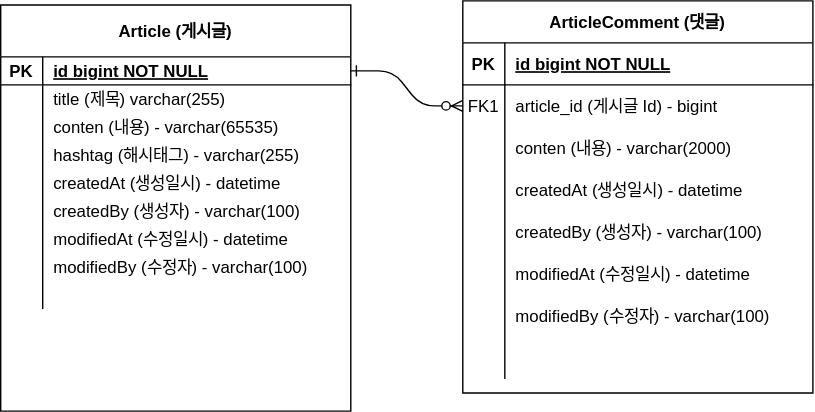
Earlier version of the draw.io export document/project-board-erd.drawio.svg (nomoreFt/java-spring-practice). Source tidied: cells renumbered, new cells last; positions are measured from the earlier drawing's top-left corner, leaving out a move shared by most shapes.
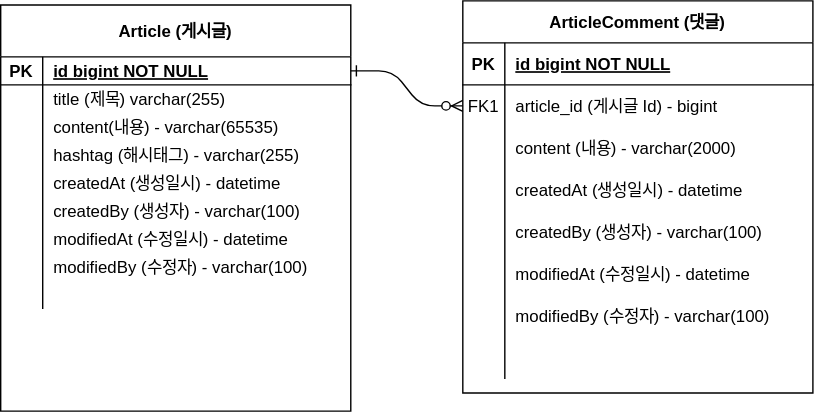
After the commit.

What changed in the source:
```diff
@@ -32,7 +32,7 @@
     <mxCell id="11" style="shape=partialRectangle;overflow=hidden;fillColor=none;top=0;left=0;bottom=0;right=0;" parent="10" vertex="1">
       <mxGeometry width="30" height="30" as="geometry" />
     </mxCell>
-    <mxCell id="12" value="conten (내용) - varchar(2000)" style="shape=partialRectangle;overflow=hidden;fillColor=none;top=0;left=0;bottom=0;right=0;align=left;spacingLeft=6;" parent="10" vertex="1">
+    <mxCell id="12" value="content (내용) - varchar(2000)" style="shape=partialRectangle;overflow=hidden;fillColor=none;top=0;left=0;bottom=0;right=0;align=left;spacingLeft=6;" parent="10" vertex="1">
       <mxGeometry x="30" width="220" height="30" as="geometry" />
     </mxCell>
     <mxCell id="13" style="shape=partialRectangle;fillColor=none;top=0;left=0;right=0;bottom=0;" parent="3" vertex="1">
@@ -107,7 +107,7 @@
     <mxCell id="36" value="    " style="shape=partialRectangle;overflow=hidden;fillColor=none;top=0;left=0;bottom=0;right=0;" parent="35" vertex="1">
       <mxGeometry width="30" height="20" as="geometry" />
     </mxCell>
-    <mxCell id="37" value="conten (내용) - varchar(65535)" style="shape=partialRectangle;overflow=hidden;fillColor=none;top=0;left=0;bottom=0;right=0;align=left;spacingLeft=6;" parent="35" vertex="1">
+    <mxCell id="37" value="content(내용) - varchar(65535)" style="shape=partialRectangle;overflow=hidden;fillColor=none;top=0;left=0;bottom=0;right=0;align=left;spacingLeft=6;" parent="35" vertex="1">
       <mxGeometry x="30" width="220" height="20" as="geometry" />
     </mxCell>
     <mxCell id="38" style="shape=partialRectangle;fillColor=none;top=0;left=0;right=0;bottom=0;" parent="28" vertex="1">
```
